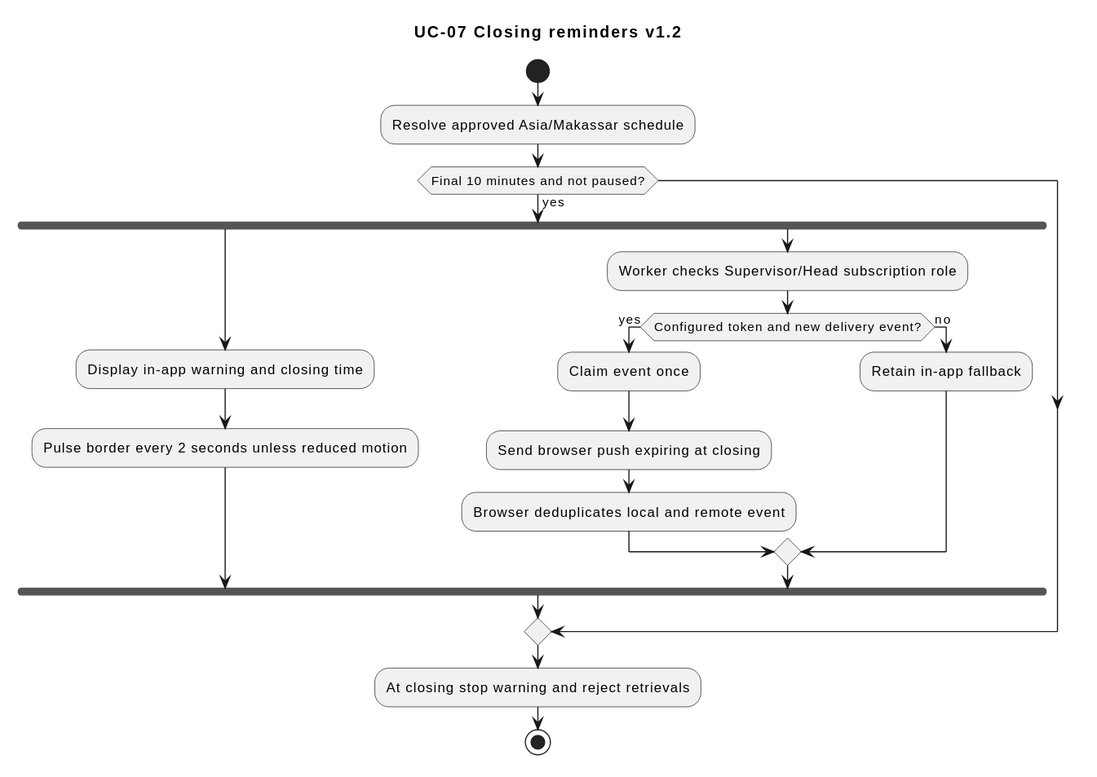
Above: docs/models/SANTAP_V1_2_CLOSING_ACTIVITY.svg in deedisini/santap-react (PlantUML), before the change. The source it was exported from:
```plantuml
@startuml
title UC-07 Closing reminders v1.2
start
:Resolve approved Asia/Makassar schedule;
if (Final 10 minutes and not paused?) then (yes)
  fork
    :Display in-app warning and closing time;
    :Pulse border every 2 seconds unless reduced motion;
  fork again
    :Worker checks Supervisor/Head subscription role;
    if (Configured token and new delivery event?) then (yes)
      :Claim event once;
      :Send browser push expiring at closing;
      :Browser deduplicates local and remote event;
    else (no)
      :Retain in-app fallback;
    endif
  end fork
endif
:At closing stop warning and reject retrievals;
stop
@enduml
```
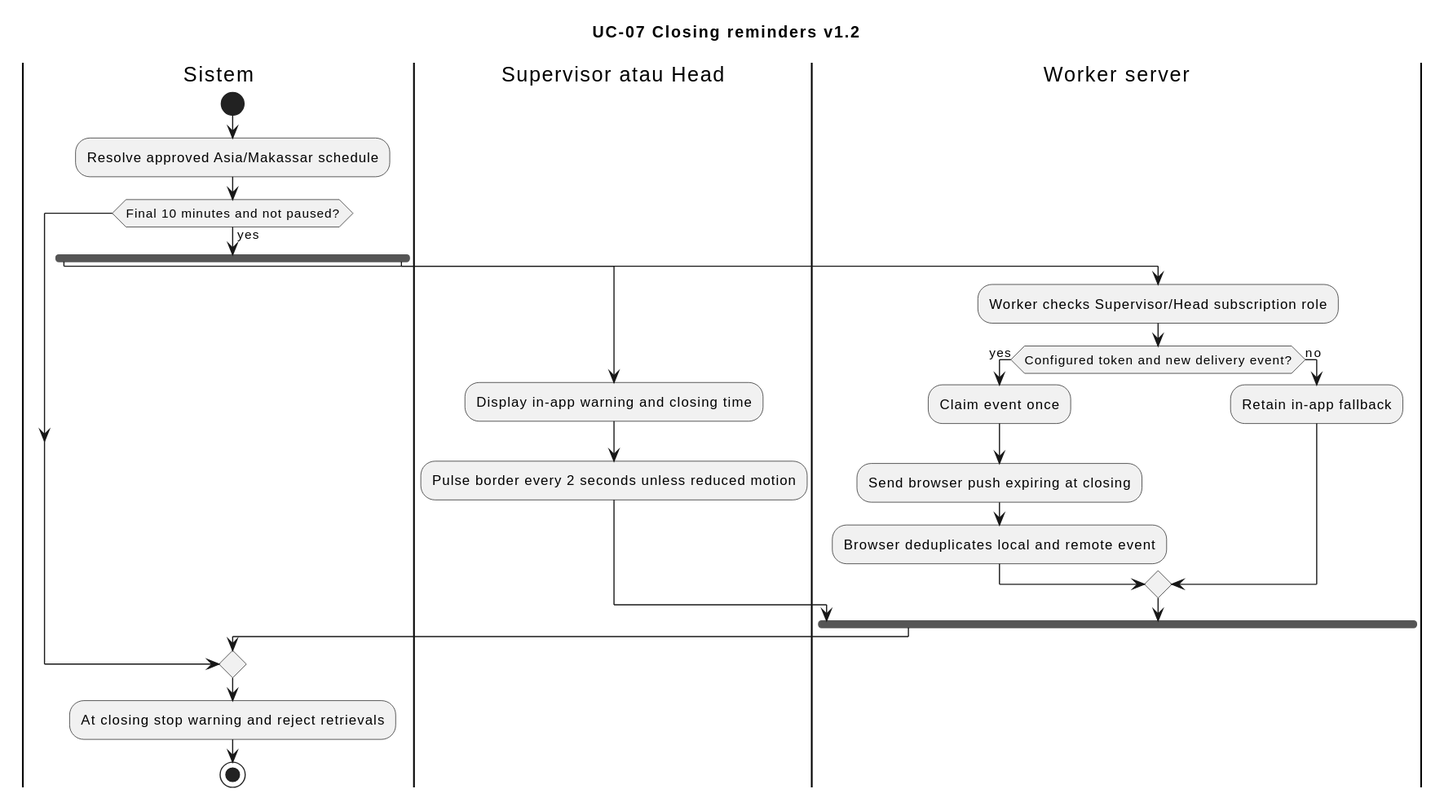
After the commit.

Change to the diagram source:
```diff
@@ -1,12 +1,15 @@
 @startuml
 title UC-07 Closing reminders v1.2
+|Sistem|
 start
 :Resolve approved Asia/Makassar schedule;
 if (Final 10 minutes and not paused?) then (yes)
   fork
+    |Supervisor atau Head|
     :Display in-app warning and closing time;
     :Pulse border every 2 seconds unless reduced motion;
   fork again
+    |Worker server|
     :Worker checks Supervisor/Head subscription role;
     if (Configured token and new delivery event?) then (yes)
       :Claim event once;
@@ -17,6 +20,7 @@
     endif
   end fork
 endif
+|Sistem|
 :At closing stop warning and reject retrievals;
 stop
 @enduml
```
